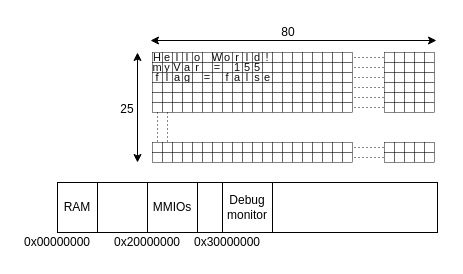
Earlier version of the draw.io diagram docs/diagrams/peripherals/debug_monitor/debug_monitor.drawio (silhavyj/ZeroMate). Source tidied: cells renumbered, new cells numbered last; positions are measured from the earlier drawing's top-left corner, leaving out a move shared by most shapes. Both pictures are drawn from the tidied source at 100%, with x=0, y=0 at pixel (17, 17).
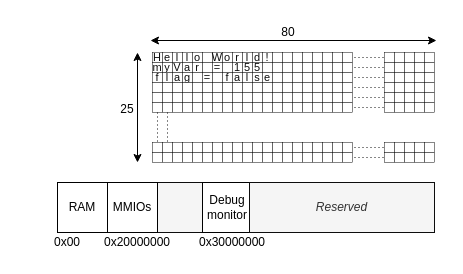
The same page after the edit.

Diff of the diagram source:
```diff
@@
-    <mxCell id="2" style="rounded=0;whiteSpace=wrap;html=1;fillColor=none;" parent="1" vertex="1">
-      <mxGeometry x="40" y="165" width="380" height="50" as="geometry" />
+    <mxCell id="2" style="rounded=0;whiteSpace=wrap;html=1;fillColor=#f5f5f5;fontColor=#333333;strokeColor=#0D0D0D;" parent="1" vertex="1">
+      <mxGeometry x="40" y="165" width="150" height="50" as="geometry" />
     </mxCell>
-    <mxCell id="3" value="0x00000000" style="text;html=1;strokeColor=none;fillColor=none;align=center;verticalAlign=middle;whiteSpace=wrap;rounded=0;fontFamily=Computer Modern;" parent="1" vertex="1">
-      <mxGeometry y="210" width="80" height="30" as="geometry" />
+    <mxCell id="3" value="0x00" style="text;html=1;strokeColor=none;fillColor=none;align=center;verticalAlign=middle;whiteSpace=wrap;rounded=0;fontFamily=Computer Modern;" parent="1" vertex="1">
+      <mxGeometry x="10" y="210" width="80" height="30" as="geometry" />
     </mxCell>
     <mxCell id="4" value="0x20000000" style="text;html=1;strokeColor=none;fillColor=none;align=center;verticalAlign=middle;whiteSpace=wrap;rounded=0;fontFamily=Computer Modern;" parent="1" vertex="1">
-      <mxGeometry x="90" y="210" width="80" height="30" as="geometry" />
+      <mxGeometry x="80" y="210" width="80" height="30" as="geometry" />
     </mxCell>
     <mxCell id="5" value="0x30000000" style="text;html=1;strokeColor=none;fillColor=none;align=center;verticalAlign=middle;whiteSpace=wrap;rounded=0;fontFamily=Computer Modern;" parent="1" vertex="1">
-      <mxGeometry x="170" y="210" width="80" height="30" as="geometry" />
+      <mxGeometry x="175" y="210" width="80" height="30" as="geometry" />
     </mxCell>
     <mxCell id="6" value="RAM" style="rounded=0;whiteSpace=wrap;html=1;fontFamily=Computer Modern;" parent="1" vertex="1">
-      <mxGeometry x="40" y="165" width="40" height="50" as="geometry" />
+      <mxGeometry x="40" y="165" width="50" height="50" as="geometry" />
     </mxCell>
     <mxCell id="7" value="MMIOs" style="rounded=0;whiteSpace=wrap;html=1;fontFamily=Computer Modern;" parent="1" vertex="1">
-      <mxGeometry x="130" y="165" width="50" height="50" as="geometry" />
+      <mxGeometry x="90" y="165" width="50" height="50" as="geometry" />
     </mxCell>
     <mxCell id="8" value="Debug&lt;br&gt;monitor" style="rounded=0;whiteSpace=wrap;html=1;fontFamily=Computer Modern;" parent="1" vertex="1">
-      <mxGeometry x="205" y="165" width="50" height="50" as="geometry" />
+      <mxGeometry x="185" y="165" width="50" height="50" as="geometry" />
     </mxCell>
@@
+    <mxCell id="223" value="Reserved" style="rounded=0;whiteSpace=wrap;html=1;fillColor=#f5f5f5;fontColor=#333333;strokeColor=#0D0D0D;fontFamily=Computer Modern;fontStyle=2;" parent="1" vertex="1">
+      <mxGeometry x="232" y="165" width="185" height="50" as="geometry" />
+    </mxCell>
```
